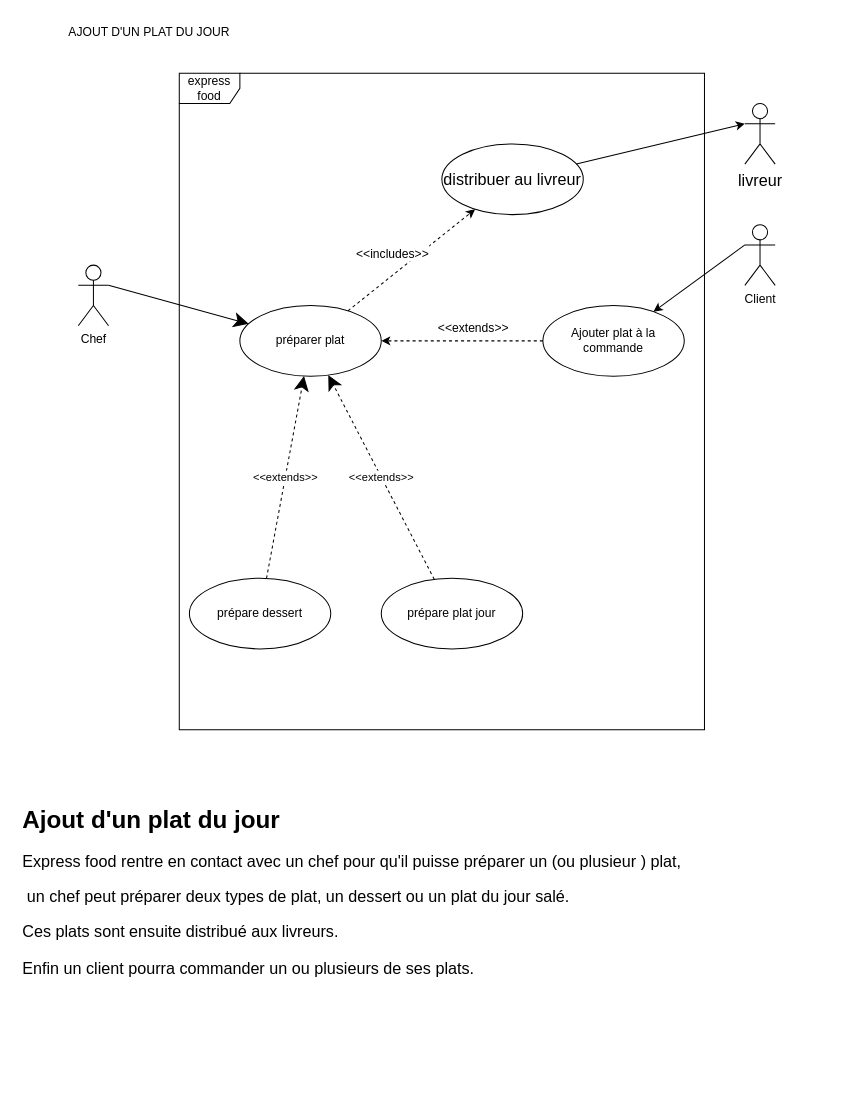
sebastien-deren/projet_4 keeps this draw.io diagram as adding_plat_du_jour.drawio. Above is the earlier version. Source tidied: cells renumbered, new cells numbered last; positions are measured from the earlier drawing's top-left corner, leaving out a move shared by most shapes. Both pictures are drawn from the tidied source at 101%, with x=0, y=0 at pixel (17, 17).
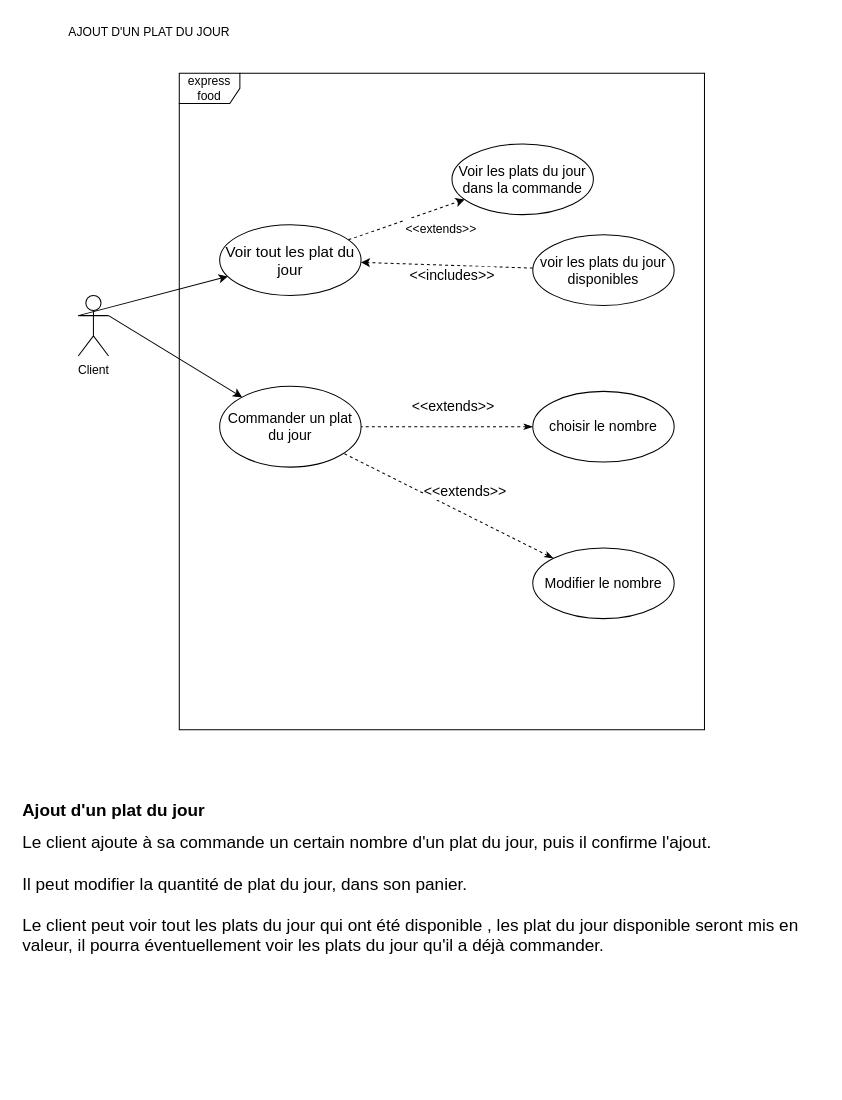
The same diagram, later.

Commit message:
Mettre à jour adding_plat_du_jour.drawio

The change refers to these unchanged cells:
```xml
<mxCell id="19" style="endArrow=classic;html=1;rounded=0;fontSize=16;dashed=1;endFill=1;" parent="1" edge="1" source="12" target="5">
  <mxGeometry relative="1" as="geometry" />
</mxCell>
```

What changed in the source:
```diff
@@
-    <mxCell id="3" value="Chef" style="shape=umlActor;verticalLabelPosition=bottom;verticalAlign=top;html=1;" parent="1" vertex="1">
-      <mxGeometry x="60" y="245" width="30" height="60" as="geometry" />
-    </mxCell>
@@
-    <mxCell id="5" value="préparer plat" style="ellipse;whiteSpace=wrap;html=1;" parent="1" vertex="1">
-      <mxGeometry x="220" y="285" width="140" height="70" as="geometry" />
+    <mxCell id="5" value="Voir les plats du jour dans la commande" style="ellipse;whiteSpace=wrap;html=1;fontSize=14;" parent="1" vertex="1">
+      <mxGeometry x="430" y="125" width="140" height="70" as="geometry" />
     </mxCell>
-    <mxCell id="6" style="endArrow=classic;endFill=1;endSize=12;html=1;rounded=0;" parent="1" edge="1" target="5">
-      <mxGeometry relative="1" as="geometry">
-        <mxPoint x="90" y="265" as="sourcePoint" />
-      </mxGeometry>
-    </mxCell>
-    <mxCell id="7" value="prépare plat jour" style="ellipse;whiteSpace=wrap;html=1;" parent="1" vertex="1">
-      <mxGeometry x="360" y="555" width="140" height="70" as="geometry" />
-    </mxCell>
-    <mxCell id="8" value="prépare dessert" style="ellipse;whiteSpace=wrap;html=1;" parent="1" vertex="1">
-      <mxGeometry x="170" y="555" width="140" height="70" as="geometry" />
-    </mxCell>
-    <mxCell id="9" value="&amp;lt;&amp;lt;extends&amp;gt;&amp;gt;" style="endArrow=classic;endSize=12;dashed=1;html=1;rounded=0;endFill=1;" parent="1" edge="1" source="7" target="5">
-      <mxGeometry relative="1" as="geometry" />
-    </mxCell>
-    <mxCell id="10" value="&amp;lt;&amp;lt;extends&amp;gt;&amp;gt;" style="endArrow=classic;endSize=12;dashed=1;html=1;rounded=0;endFill=1;" parent="1" edge="1" source="8" target="5">
-      <mxGeometry relative="1" as="geometry" />
-    </mxCell>
     <mxCell id="11" value="Client" style="shape=umlActor;verticalLabelPosition=bottom;verticalAlign=top;html=1;" parent="1" vertex="1">
-      <mxGeometry x="720" y="205" width="30" height="60" as="geometry" />
+      <mxGeometry x="60" y="275" width="30" height="60" as="geometry" />
     </mxCell>
-    <mxCell id="12" value="Ajouter plat à la commande" style="ellipse;whiteSpace=wrap;html=1;" parent="1" vertex="1">
-      <mxGeometry x="520" y="285" width="140" height="70" as="geometry" />
+    <mxCell id="12" value="Voir tout les plat du jour" style="ellipse;whiteSpace=wrap;html=1;fontSize=15;" parent="1" vertex="1">
+      <mxGeometry x="200" y="205" width="140" height="70" as="geometry" />
     </mxCell>
@@
-    <mxCell id="14" value="&lt;h1&gt;Ajout d'un plat du jour&lt;/h1&gt;&lt;p style=&quot;font-size: 16px;&quot;&gt;Express food rentre en contact avec un chef pour qu'il puisse préparer un (ou plusieur ) plat,&lt;/p&gt;&lt;p style=&quot;font-size: 16px;&quot;&gt;&amp;nbsp;un chef peut préparer deux types de plat, un dessert ou un plat du jour salé.&lt;/p&gt;&lt;p style=&quot;font-size: 16px;&quot;&gt;Ces plats sont ensuite distribué aux livreurs.&lt;/p&gt;&lt;p style=&quot;font-size: 16px;&quot;&gt;Enfin un client pourra commander un ou plusieurs de ses plats.&lt;/p&gt;" style="text;html=1;strokeColor=none;fillColor=none;spacing=5;spacingTop=-20;whiteSpace=wrap;overflow=hidden;rounded=0;" parent="1" vertex="1">
+    <mxCell id="14" value="&lt;h1 style=&quot;font-size: 17px;&quot;&gt;Ajout d'un plat du jour&lt;/h1&gt;&lt;div style=&quot;font-size: 17px;&quot;&gt;Le client ajoute à sa commande un certain nombre d'un plat du jour, puis il confirme l'ajout.&lt;/div&gt;&lt;div style=&quot;font-size: 17px;&quot;&gt;&lt;br style=&quot;font-size: 17px;&quot;&gt;&lt;/div&gt;&lt;div style=&quot;font-size: 17px;&quot;&gt;Il peut modifier la quantité de plat du jour, dans son panier.&lt;/div&gt;&lt;div style=&quot;font-size: 17px;&quot;&gt;&lt;br&gt;&lt;/div&gt;&lt;div style=&quot;font-size: 17px;&quot;&gt;Le client peut voir tout les plats du jour qui ont été disponible , les plat du jour disponible seront mis en valeur, il pourra éventuellement voir les plats du jour qu'il a déjà commander.&lt;/div&gt;&lt;div style=&quot;font-size: 17px;&quot;&gt;&lt;br style=&quot;font-size: 17px;&quot;&gt;&lt;/div&gt;&lt;div style=&quot;font-size: 17px;&quot;&gt;&lt;br style=&quot;font-size: 17px;&quot;&gt;&lt;/div&gt;&lt;div style=&quot;font-size: 17px;&quot;&gt;&lt;br style=&quot;font-size: 17px;&quot;&gt;&lt;/div&gt;&lt;div style=&quot;font-size: 17px;&quot;&gt;&lt;br style=&quot;font-size: 17px;&quot;&gt;&lt;/div&gt;" style="text;html=1;strokeColor=none;fillColor=none;spacing=5;spacingTop=-20;whiteSpace=wrap;overflow=hidden;rounded=0;fontSize=17;" parent="1" vertex="1">
       <mxGeometry y="775" width="800" height="280" as="geometry" />
     </mxCell>
-    <mxCell id="15" value="livreur" style="shape=umlActor;verticalLabelPosition=bottom;verticalAlign=top;html=1;fontSize=16;" parent="1" vertex="1">
-      <mxGeometry x="720" y="85" width="30" height="60" as="geometry" />
-    </mxCell>
-    <mxCell id="16" value="distribuer au livreur" style="ellipse;whiteSpace=wrap;html=1;fontSize=16;" parent="1" vertex="1">
-      <mxGeometry x="420" y="125" width="140" height="70" as="geometry" />
-    </mxCell>
-    <mxCell id="17" style="endArrow=classic;html=1;rounded=0;fontSize=16;dashed=1;endFill=1;" parent="1" edge="1" source="5" target="16">
-      <mxGeometry relative="1" as="geometry" />
-    </mxCell>
-    <mxCell id="18" value="&lt;font style=&quot;font-size: 12px;&quot;&gt;&amp;lt;&amp;lt;includes&amp;gt;&amp;gt;&lt;/font&gt;" style="edgeLabel;html=1;align=center;verticalAlign=middle;fontSize=16;" parent="17" vertex="1">
-      <mxGeometry x="0.21" y="-2" relative="1" as="geometry">
-        <mxPoint x="-34" as="offset" />
-      </mxGeometry>
-    </mxCell>
@@
     <mxCell id="20" value="&lt;font style=&quot;font-size: 12px;&quot;&gt;&amp;lt;&amp;lt;extends&amp;gt;&amp;gt;&lt;/font&gt;" style="edgeLabel;html=1;align=center;verticalAlign=middle;fontSize=16;" parent="19" vertex="1">
       <mxGeometry x="0.31" y="1" relative="1" as="geometry">
-        <mxPoint x="35" y="-16" as="offset" />
+        <mxPoint x="16" y="15" as="offset" />
       </mxGeometry>
     </mxCell>
-    <mxCell id="21" style="endArrow=classic;html=1;rounded=0;fontSize=12;entryX=0;entryY=0.3333333333333333;entryDx=0;entryDy=0;entryPerimeter=0;endFill=1;" parent="1" edge="1" source="16" target="15">
-      <mxGeometry relative="1" as="geometry" />
-    </mxCell>
+    <mxCell id="22" value="Commander un plat du jour" style="ellipse;whiteSpace=wrap;html=1;fontSize=14;" parent="1" vertex="1">
+      <mxGeometry x="200" y="365" width="140" height="80" as="geometry" />
+    </mxCell>
+    <mxCell id="23" style="endArrow=classic;html=1;rounded=0;fontSize=14;exitX=1;exitY=0.3333333333333333;exitDx=0;exitDy=0;exitPerimeter=0;" parent="1" edge="1" source="11" target="22">
+      <mxGeometry relative="1" as="geometry" />
+    </mxCell>
+    <mxCell id="24" value="choisir le nombre" style="ellipse;whiteSpace=wrap;html=1;fontSize=14;" parent="1" vertex="1">
+      <mxGeometry x="510" y="370" width="140" height="70" as="geometry" />
+    </mxCell>
+    <mxCell id="25" value="&amp;lt;&amp;lt;extends&amp;gt;&amp;gt;" style="endArrow=none;html=1;rounded=0;fontSize=14;startArrow=classicThin;startFill=1;endFill=0;dashed=1;" parent="1" edge="1" source="24" target="22">
+      <mxGeometry x="-0.07" y="-20" relative="1" as="geometry" />
+    </mxCell>
+    <mxCell id="26" value="Modifier le nombre" style="ellipse;whiteSpace=wrap;html=1;fontSize=14;" parent="1" vertex="1">
+      <mxGeometry x="510" y="525" width="140" height="70" as="geometry" />
+    </mxCell>
+    <mxCell id="27" value="&amp;lt;&amp;lt;extends&amp;gt;&amp;gt;" style="endArrow=none;html=1;rounded=0;fontSize=14;startArrow=classicThin;startFill=1;endFill=0;dashed=1;" parent="1" edge="1" source="26" target="22">
+      <mxGeometry x="-0.07" y="-20" relative="1" as="geometry" />
+    </mxCell>
+    <mxCell id="28" value="voir les plats du jour disponibles" style="ellipse;whiteSpace=wrap;html=1;fontSize=14;" parent="1" vertex="1">
+      <mxGeometry x="510" y="215" width="140" height="70" as="geometry" />
+    </mxCell>
+    <mxCell id="18" value="&amp;lt;&amp;lt;includes&amp;gt;&amp;gt;" style="endArrow=classic;html=1;rounded=0;dashed=1;fontSize=14;" parent="1" edge="1" source="28" target="12">
+      <mxGeometry x="-0.06" y="10" relative="1" as="geometry" />
+    </mxCell>
```
